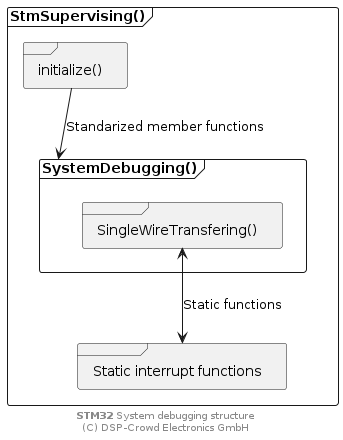
Before: doc/system/stm32-system-debugging.png, a diagram exported from PlantUML (NoOrientationProgramming/hello-world-stm32).
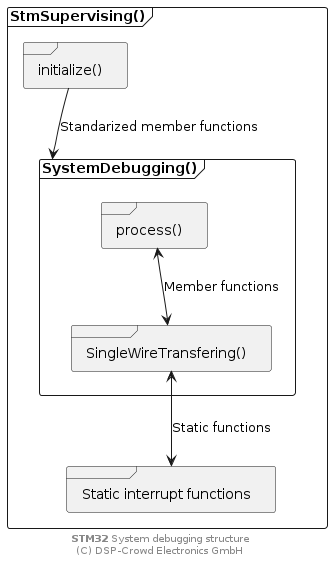
The same file after the commit.

What changed in the source:
```diff
@@ -5,6 +5,8 @@
   frame "initialize()" as pInit
 
   frame "SystemDebugging()" as pDbg {
+
+    frame "process()" as pProc
     frame "SingleWireTransfering()" as pSwt
   }
 
@@ -12,6 +14,7 @@
 }
 
 pInit --> pDbg : Standarized member functions
+pProc <--> pSwt : Member functions
 pSwt <--> pInt : Static functions
 
 footer **STM32** System debugging structure\n(C) DSP-Crowd Electronics GmbH
```
